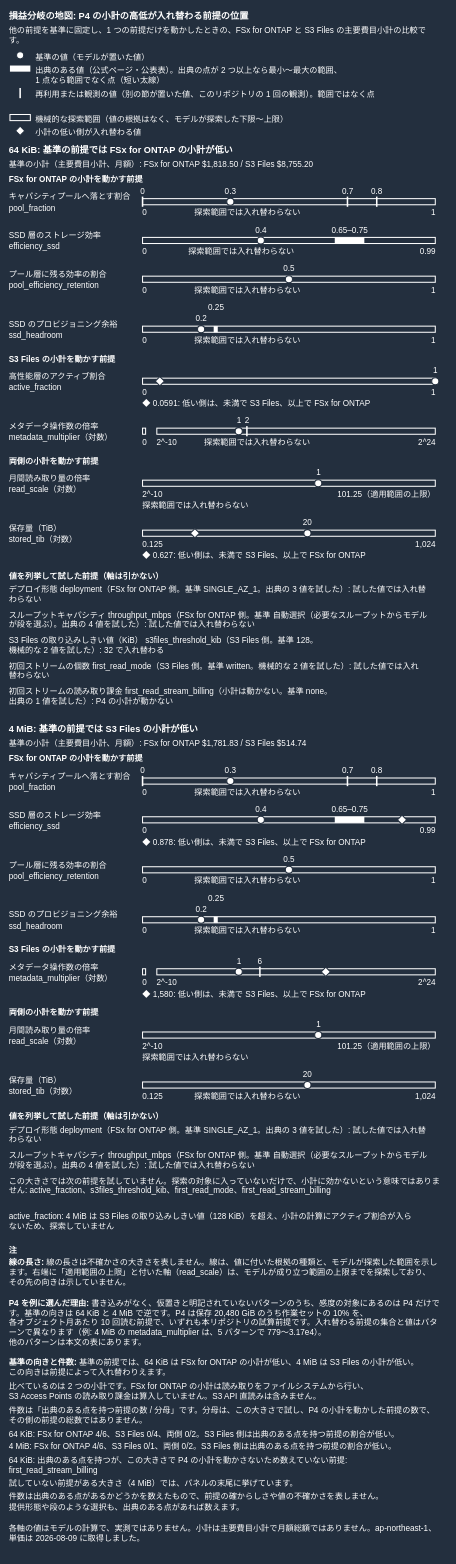
This is docs/_assets/diagrams/s3burst-s3files-breakeven-map-dark.drawio from Yoshiki0705/S3-Burst-on-ONTAP-Files, a draw.io file, before an edit. Source tidied: cells renumbered, new cells numbered last; positions are measured from the earlier drawing's top-left corner, leaving out a move shared by most shapes. Both pictures are drawn from the tidied source at 51%, with x=0, y=0 at pixel (9, 9).
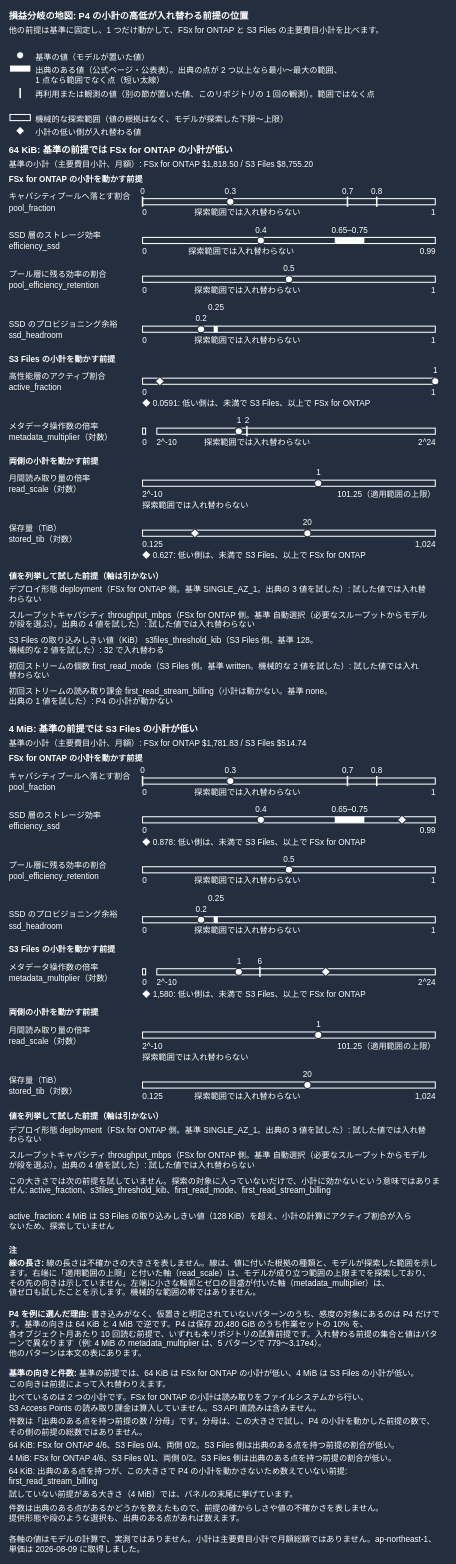
The same diagram, later.

The edit, as a diff of the source:
```diff
@@
-    <mxCell id="3" value="他の前提を基準に固定し、1 つの前提だけを動かしたときの、FSx for ONTAP と S3 Files の主要費目小計の比較で&lt;br&gt;す。" style="text;html=1;whiteSpace=nowrap;overflow=visible;align=left;verticalAlign=top;spacing=0;spacingLeft=0;spacingRight=0;spacingTop=0;spacingBottom=0;fontSize=16;fontColor=#FFFFFF;fontStyle=0;" parent="1" vertex="1">
+    <mxCell id="3" value="他の前提は基準に固定し、1 つだけ動かして、FSx for ONTAP と S3 Files の主要費目小計を比べます。" style="text;html=1;whiteSpace=nowrap;overflow=visible;align=left;verticalAlign=top;spacing=0;spacingLeft=0;spacingRight=0;spacingTop=0;spacingBottom=0;fontSize=16;fontColor=#FFFFFF;fontStyle=0;" parent="1" vertex="1">
       <mxGeometry y="28" width="860" height="44" as="geometry" />
     </mxCell>
@@
-    <mxCell id="188" value="&lt;b&gt;線の長さ:&lt;/b&gt; 線の長さは不確かさの大きさを表しません。線は、値に付いた根拠の種類と、モデルが探索した範囲を示し&lt;br&gt;ます。右端に「適用範囲の上限」と付いた軸（read_scale）は、モデルが成り立つ範囲の上限までを探索しており、&lt;br&gt;その先の向きは示していません。" style="text;html=1;whiteSpace=nowrap;overflow=visible;align=left;verticalAlign=middle;spacing=0;spacingLeft=0;spacingRight=0;spacingTop=0;spacingBottom=0;fontSize=16;fontColor=#FFFFFF;fontStyle=0;" parent="1" vertex="1">
-      <mxGeometry y="2444" width="860" height="66" as="geometry" />
+    <mxCell id="188" value="&lt;b&gt;線の長さ:&lt;/b&gt; 線の長さは不確かさの大きさを表しません。線は、値に付いた根拠の種類と、モデルが探索した範囲を示し&lt;br&gt;ます。右端に「適用範囲の上限」と付いた軸（read_scale）は、モデルが成り立つ範囲の上限までを探索しており、&lt;br&gt;その先の向きは示していません。左端に小さな輪郭とゼロの目盛が付いた軸（metadata_multiplier）は、&lt;br&gt;値ゼロも試したことを示します。機械的な範囲の帯ではありません。" style="text;html=1;whiteSpace=nowrap;overflow=visible;align=left;verticalAlign=middle;spacing=0;spacingLeft=0;spacingRight=0;spacingTop=0;spacingBottom=0;fontSize=16;fontColor=#FFFFFF;fontStyle=0;" parent="1" vertex="1">
+      <mxGeometry y="2444" width="860" height="88" as="geometry" />
     </mxCell>
     <mxCell id="189" value="&lt;b&gt;P4 を例に選んだ理由:&lt;/b&gt; 書き込みがなく、仮置きと明記されていないパターンのうち、感度の対象にあるのは P4 だけで&lt;br&gt;す。基準の向きは 64 KiB と 4 MiB で逆です。P4 は保存 20,480 GiB のうち作業セットの 10% を、&lt;br&gt;各オブジェクト月あたり 10 回読む前提で、いずれも本リポジトリの試算前提です。入れ替わる前提の集合と値はパタ&lt;br&gt;ーンで異なります（例: 4 MiB の metadata_multiplier は、5 パターンで 779〜3.17e4）。&lt;br&gt;他のパターンは本文の表にあります。" style="text;html=1;whiteSpace=nowrap;overflow=visible;align=left;verticalAlign=middle;spacing=0;spacingLeft=0;spacingRight=0;spacingTop=0;spacingBottom=0;fontSize=16;fontColor=#FFFFFF;fontStyle=0;" parent="1" vertex="1">
-      <mxGeometry y="2521" width="860" height="110" as="geometry" />
+      <mxGeometry y="2543" width="860" height="110" as="geometry" />
     </mxCell>
     <mxCell id="190" value="&lt;b&gt;基準の向きと件数:&lt;/b&gt; 基準の前提では、64 KiB は FSx for ONTAP の小計が低い、4 MiB は S3 Files の小計が低い。&lt;br&gt;この向きは前提によって入れ替わりえます。" style="text;html=1;whiteSpace=nowrap;overflow=visible;align=left;verticalAlign=middle;spacing=0;spacingLeft=0;spacingRight=0;spacingTop=0;spacingBottom=0;fontSize=16;fontColor=#FFFFFF;fontStyle=0;" parent="1" vertex="1">
-      <mxGeometry y="2642" width="860" height="44" as="geometry" />
+      <mxGeometry y="2664" width="860" height="44" as="geometry" />
     </mxCell>
     <mxCell id="191" value="比べているのは 2 つの小計です。FSx for ONTAP の小計は読み取りをファイルシステムから行い、&lt;br&gt;S3 Access Points の読み取り課金は算入していません。S3 API 直読みは含みません。" style="text;html=1;whiteSpace=nowrap;overflow=visible;align=left;verticalAlign=middle;spacing=0;spacingLeft=0;spacingRight=0;spacingTop=0;spacingBottom=0;fontSize=16;fontColor=#FFFFFF;fontStyle=0;" parent="1" vertex="1">
-      <mxGeometry y="2689" width="860" height="44" as="geometry" />
+      <mxGeometry y="2711" width="860" height="44" as="geometry" />
     </mxCell>
     <mxCell id="192" value="件数は「出典のある点を持つ前提の数 / 分母」です。分母は、この大きさで試し、P4 の小計を動かした前提の数で、&lt;br&gt;その側の前提の総数ではありません。" style="text;html=1;whiteSpace=nowrap;overflow=visible;align=left;verticalAlign=middle;spacing=0;spacingLeft=0;spacingRight=0;spacingTop=0;spacingBottom=0;fontSize=16;fontColor=#FFFFFF;fontStyle=0;" parent="1" vertex="1">
-      <mxGeometry y="2736" width="860" height="44" as="geometry" />
+      <mxGeometry y="2758" width="860" height="44" as="geometry" />
     </mxCell>
     <mxCell id="193" value="64 KiB: FSx for ONTAP 4/6、S3 Files 0/4、両側 0/2。S3 Files 側は出典のある点を持つ前提の割合が低い。" style="text;html=1;whiteSpace=nowrap;overflow=visible;align=left;verticalAlign=middle;spacing=0;spacingLeft=0;spacingRight=0;spacingTop=0;spacingBottom=0;fontSize=16;fontColor=#FFFFFF;fontStyle=0;" parent="1" vertex="1">
-      <mxGeometry y="2783" width="860" height="22" as="geometry" />
+      <mxGeometry y="2805" width="860" height="22" as="geometry" />
     </mxCell>
     <mxCell id="194" value="4 MiB: FSx for ONTAP 4/6、S3 Files 0/1、両側 0/2。S3 Files 側は出典のある点を持つ前提の割合が低い。" style="text;html=1;whiteSpace=nowrap;overflow=visible;align=left;verticalAlign=middle;spacing=0;spacingLeft=0;spacingRight=0;spacingTop=0;spacingBottom=0;fontSize=16;fontColor=#FFFFFF;fontStyle=0;" parent="1" vertex="1">
-      <mxGeometry y="2808" width="860" height="22" as="geometry" />
+      <mxGeometry y="2830" width="860" height="22" as="geometry" />
     </mxCell>
     <mxCell id="195" value="64 KiB: 出典のある点を持つが、この大きさで P4 の小計を動かさないため数えていない前提:&lt;br&gt;first_read_stream_billing" style="text;html=1;whiteSpace=nowrap;overflow=visible;align=left;verticalAlign=middle;spacing=0;spacingLeft=0;spacingRight=0;spacingTop=0;spacingBottom=0;fontSize=16;fontColor=#FFFFFF;fontStyle=0;" parent="1" vertex="1">
-      <mxGeometry y="2833" width="860" height="44" as="geometry" />
+      <mxGeometry y="2855" width="860" height="44" as="geometry" />
     </mxCell>
     <mxCell id="196" value="試していない前提がある大きさ（4 MiB）では、パネルの末尾に挙げています。" style="text;html=1;whiteSpace=nowrap;overflow=visible;align=left;verticalAlign=middle;spacing=0;spacingLeft=0;spacingRight=0;spacingTop=0;spacingBottom=0;fontSize=16;fontColor=#FFFFFF;fontStyle=0;" parent="1" vertex="1">
-      <mxGeometry y="2880" width="860" height="22" as="geometry" />
+      <mxGeometry y="2902" width="860" height="22" as="geometry" />
     </mxCell>
     <mxCell id="197" value="件数は出典のある点があるかどうかを数えたもので、前提の確からしさや値の不確かさを表しません。&lt;br&gt;提供形態や段のような選択も、出典のある点があれば数えます。" style="text;html=1;whiteSpace=nowrap;overflow=visible;align=left;verticalAlign=middle;spacing=0;spacingLeft=0;spacingRight=0;spacingTop=0;spacingBottom=0;fontSize=16;fontColor=#FFFFFF;fontStyle=0;" parent="1" vertex="1">
-      <mxGeometry y="2905" width="860" height="44" as="geometry" />
+      <mxGeometry y="2927" width="860" height="44" as="geometry" />
     </mxCell>
     <mxCell id="198" value="各軸の値はモデルの計算で、実測ではありません。小計は主要費目小計で月額総額ではありません。ap-northeast-1、&lt;br&gt;単価は 2026-08-09 に取得しました。" style="text;html=1;whiteSpace=nowrap;overflow=visible;align=left;verticalAlign=middle;spacing=0;spacingLeft=0;spacingRight=0;spacingTop=0;spacingBottom=0;fontSize=16;fontColor=#FFFFFF;fontStyle=0;" parent="1" vertex="1">
-      <mxGeometry y="2966" width="860" height="44" as="geometry" />
+      <mxGeometry y="2988" width="860" height="44" as="geometry" />
     </mxCell>
```
